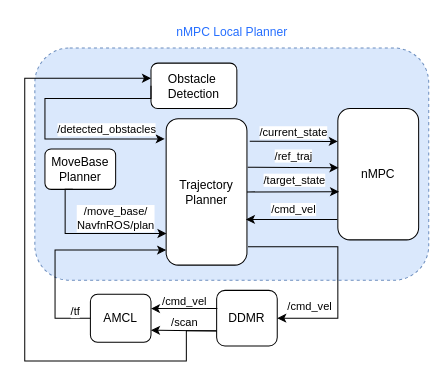
The draw.io diagram src/amr_control/docs/Untitled Diagram.drawio in KevinEppacher/walle_ws, before the edit. Source tidied: cells renumbered, new cells numbered last; positions are measured from the earlier drawing's top-left corner, leaving out a move shared by most shapes. Both pictures are drawn from the tidied source at 101%, with x=0, y=0 at pixel (24, 17).
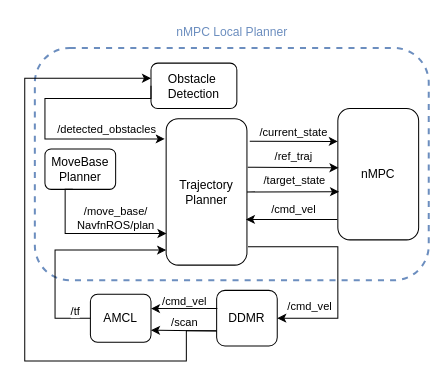
After the change.

Diff of the diagram source:
```diff
@@
-    <mxCell id="2" style="rounded=1;whiteSpace=wrap;html=1;fillStyle=solid;dashed=1;fillColor=#dae8fc;strokeColor=#6c8ebf;" parent="1" vertex="1">
+    <mxCell id="2" style="rounded=1;whiteSpace=wrap;html=1;fillStyle=solid;dashed=1;fillColor=none;strokeColor=#6c8ebf;gradientColor=none;strokeWidth=2;" parent="1" vertex="1">
       <mxGeometry x="10" y="30" width="390" height="230" as="geometry" />
     </mxCell>
@@
-    <mxCell id="30" value="&lt;font color=&quot;#266fff&quot;&gt;nMPC Local Planner&lt;/font&gt;" style="text;html=1;align=center;verticalAlign=middle;strokeColor=none;fillColor=none;" parent="1" vertex="1">
+    <mxCell id="30" value="&lt;font color=&quot;#6c8ebf&quot;&gt;nMPC Local Planner&lt;/font&gt;" style="text;html=1;align=center;verticalAlign=middle;strokeColor=none;fillColor=none;" parent="1" vertex="1">
       <mxGeometry x="140" width="130" height="30" as="geometry" />
     </mxCell>
```
